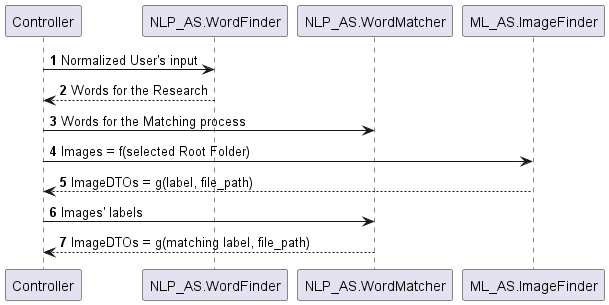
Above: Modeling/Controller_NLPAS_MLAS_SequenceDiagram_29_06_2022.png in RindraMbolamananamalala/Dobryy-Sokil (PlantUML), before the change. The source it was exported from:
```plantuml
@startuml

autonumber
Controller -> NLP_AS.WordFinder: Normalized User's input
NLP_AS.WordFinder --> Controller: Words for the Research

Controller -> NLP_AS.WordMatcher: Words for the Matching process


Controller -> ML_AS.ImageFinder: Images = f(selected Root Folder)
ML_AS.ImageFinder --> Controller: ImageDTOs = g(label, file_path)


Controller -> NLP_AS.WordMatcher: Images' labels


NLP_AS.WordMatcher --> Controller: ImageDTOs = g(matching label, file_path)

@enduml
```
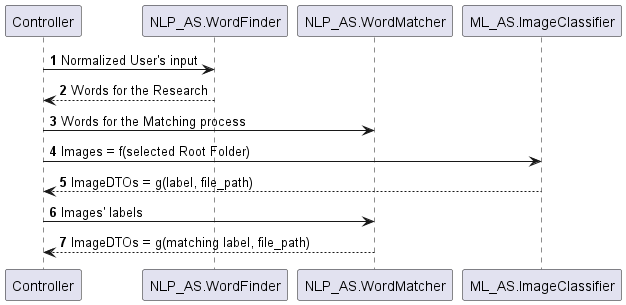
Later version of the same file.

Commit message:
Model maintenance

What changed in the source:
```diff
@@ -7,8 +7,8 @@
 Controller -> NLP_AS.WordMatcher: Words for the Matching process
 
 
-Controller -> ML_AS.ImageFinder: Images = f(selected Root Folder)
-ML_AS.ImageFinder --> Controller: ImageDTOs = g(label, file_path)
+Controller -> ML_AS.ImageClassifier: Images = f(selected Root Folder)
+ML_AS.ImageClassifier --> Controller: ImageDTOs = g(label, file_path)
 
 
 Controller -> NLP_AS.WordMatcher: Images' labels
```
